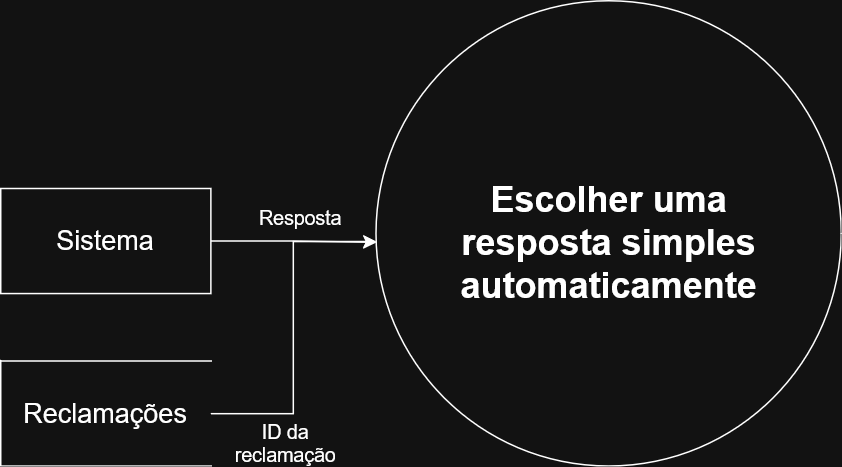
Luvisa-dev/Chatbot-Projeto-Integrado keeps this draw.io diagram as documentação/diagramas/RF005 - Escolher uma resposta simples automaticamente.drawio.png. Above is the earlier version. Source tidied: cells renumbered, new cells last; positions are measured from the earlier drawing's top-left corner, leaving out a move shared by most shapes.
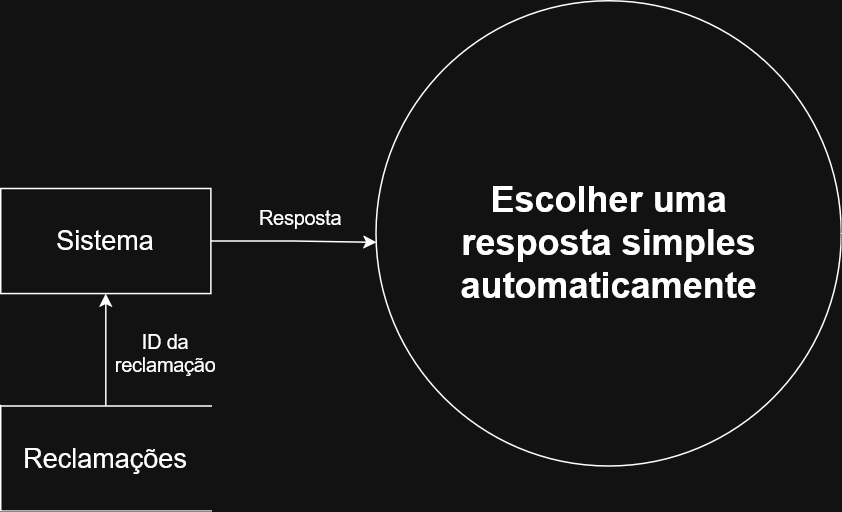
Later version of the same file.

What changed in the source:
```diff
@@ -18,13 +18,13 @@
       <mxGeometry x="170" y="130" width="60" height="30" as="geometry" />
     </mxCell>
     <mxCell id="7" value="ID da reclamação" style="text;html=1;align=center;verticalAlign=middle;whiteSpace=wrap;rounded=0;fontSize=13;" parent="1" vertex="1">
-      <mxGeometry x="160" y="280" width="60" height="30" as="geometry" />
+      <mxGeometry x="80" y="220" width="60" height="30" as="geometry" />
     </mxCell>
+    <mxCell id="10" style="edgeStyle=orthogonalEdgeStyle;rounded=0;jettySize=auto;html=1;exitX=0.5;exitY=0;exitDx=0;exitDy=0;entryX=0.5;entryY=1;entryDx=0;entryDy=0;" parent="1" edge="1" source="8" target="5">
+      <mxGeometry relative="1" as="geometry" />
+    </mxCell>
     <mxCell id="8" value="&lt;div&gt;&lt;font style=&quot;font-size: 18px;&quot;&gt;Reclamações&lt;/font&gt;&lt;/div&gt;" style="html=1;dashed=0;whiteSpace=wrap;shape=partialRectangle;right=0;" parent="1" vertex="1">
-      <mxGeometry y="240" width="140" height="70" as="geometry" />
+      <mxGeometry y="270" width="140" height="70" as="geometry" />
     </mxCell>
-    <mxCell id="9" style="edgeStyle=orthogonalEdgeStyle;rounded=0;jettySize=auto;html=1;entryX=0.001;entryY=0.517;entryDx=0;entryDy=0;entryPerimeter=0;" parent="1" edge="1" source="8" target="2">
-      <mxGeometry relative="1" as="geometry" />
-    </mxCell>
   </root>
 </mxGraphModel>
```
